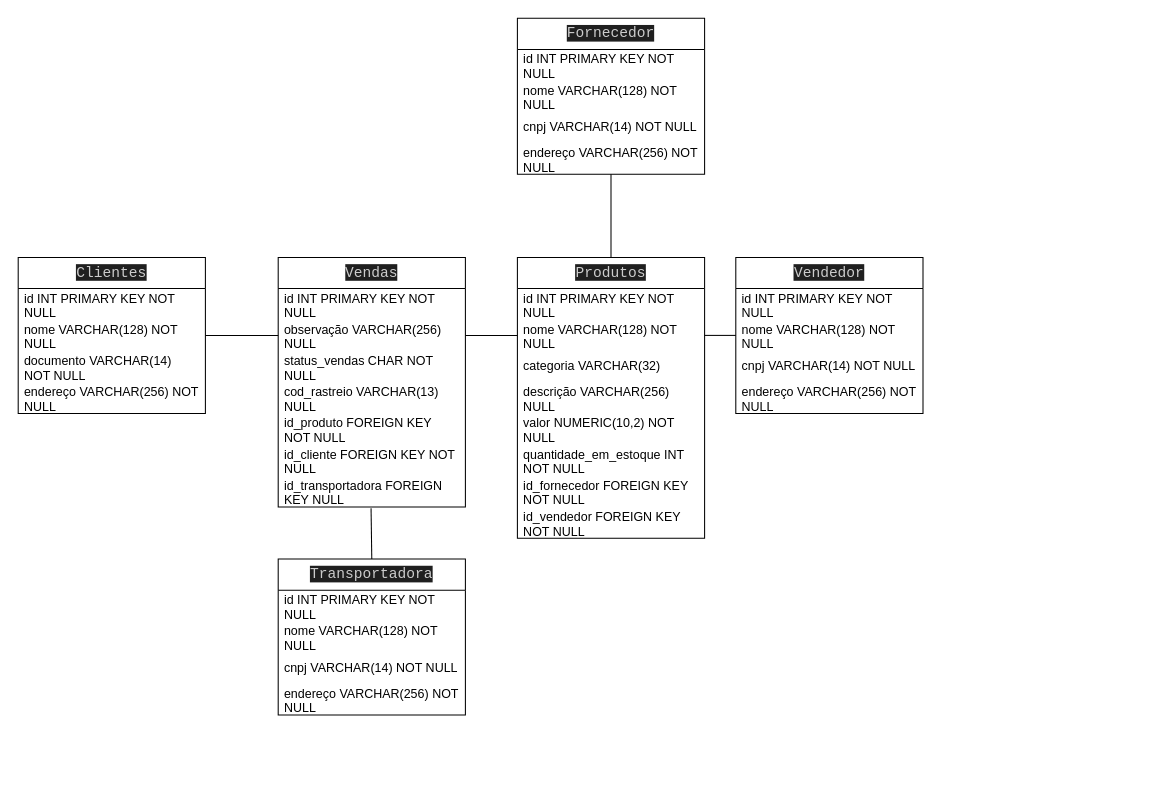
vbreia/ecommerce keeps this draw.io diagram as modelo-fisico.drawio. Above is the earlier version. Source tidied: cells renumbered, new cells numbered last; positions are measured from the earlier drawing's top-left corner, leaving out a move shared by most shapes. Both pictures are drawn from the tidied source at 104%, with x=0, y=0 at pixel (18, 18).
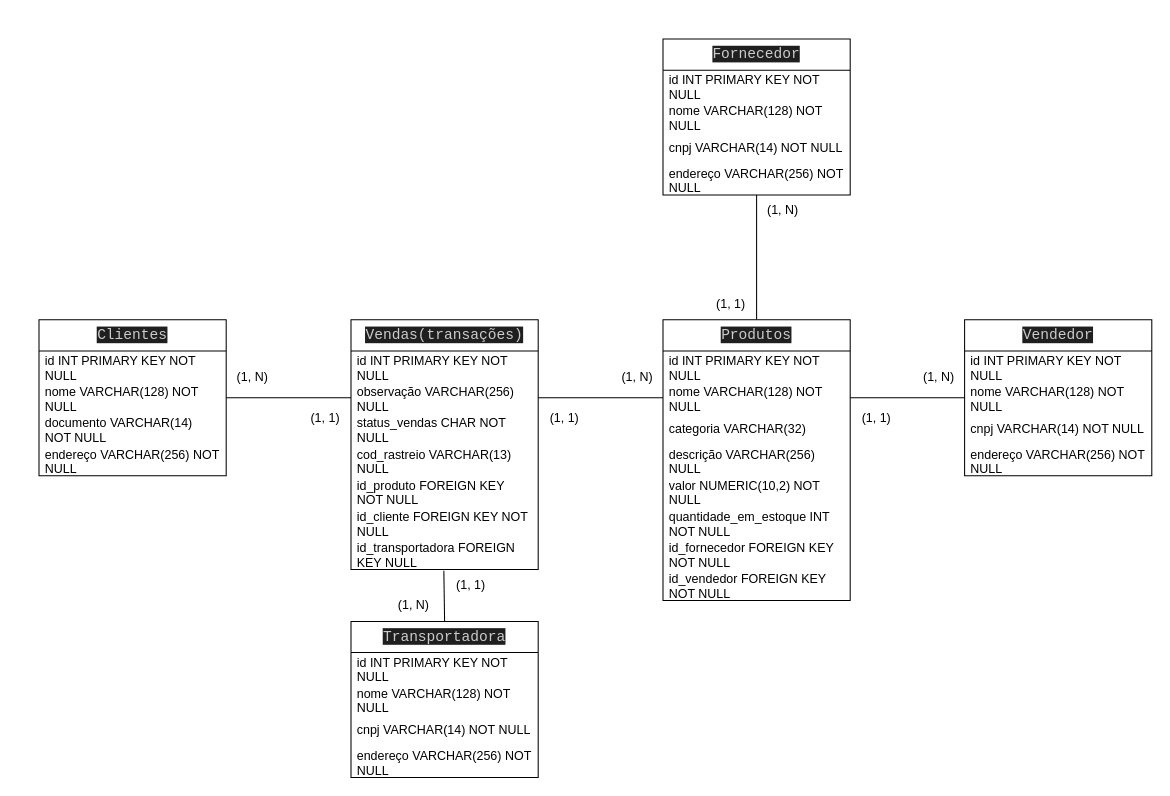
The same page after the edit.

Diff of the diagram source:
```diff
@@
     <mxCell id="3" value="&lt;font face=&quot;Consolas, Courier New, monospace&quot; color=&quot;#cccccc&quot;&gt;&lt;span style=&quot;font-size: 14px; background-color: rgb(31, 31, 31);&quot;&gt;Produtos&lt;/span&gt;&lt;/font&gt;" style="swimlane;fontStyle=0;horizontal=1;startSize=30;whiteSpace=wrap;html=1;" parent="1" vertex="1">
-      <mxGeometry x="480" y="230" width="180" height="270" as="geometry" />
+      <mxGeometry x="620" y="290" width="180" height="270" as="geometry" />
     </mxCell>
@@
     <mxCell id="12" value="&lt;font face=&quot;Consolas, Courier New, monospace&quot; color=&quot;#cccccc&quot;&gt;&lt;span style=&quot;font-size: 14px; background-color: rgb(31, 31, 31);&quot;&gt;Fornecedor&lt;/span&gt;&lt;/font&gt;" style="swimlane;fontStyle=0;horizontal=1;startSize=30;whiteSpace=wrap;html=1;" parent="1" vertex="1">
-      <mxGeometry x="480" width="180" height="150" as="geometry" />
+      <mxGeometry x="620" y="20" width="180" height="150" as="geometry" />
     </mxCell>
@@
     <mxCell id="17" value="&lt;font face=&quot;Consolas, Courier New, monospace&quot; color=&quot;#cccccc&quot;&gt;&lt;span style=&quot;font-size: 14px; background-color: rgb(31, 31, 31);&quot;&gt;Vendedor&lt;/span&gt;&lt;/font&gt;" style="swimlane;fontStyle=0;horizontal=1;startSize=30;whiteSpace=wrap;html=1;" parent="1" vertex="1">
-      <mxGeometry x="690" y="230" width="180" height="150" as="geometry" />
+      <mxGeometry x="910" y="290" width="180" height="150" as="geometry" />
     </mxCell>
@@
-    <mxCell id="23" value="&lt;font face=&quot;Consolas, Courier New, monospace&quot; color=&quot;#cccccc&quot;&gt;&lt;span style=&quot;font-size: 14px; background-color: rgb(31, 31, 31);&quot;&gt;Vendas&lt;/span&gt;&lt;/font&gt;" style="swimlane;fontStyle=0;horizontal=1;startSize=30;whiteSpace=wrap;html=1;" parent="1" vertex="1">
-      <mxGeometry x="250" y="230" width="180" height="240" as="geometry" />
+    <mxCell id="23" value="&lt;font face=&quot;Consolas, Courier New, monospace&quot; color=&quot;#cccccc&quot;&gt;&lt;span style=&quot;font-size: 14px; background-color: rgb(31, 31, 31);&quot;&gt;Vendas(transações)&lt;/span&gt;&lt;/font&gt;" style="swimlane;fontStyle=0;horizontal=1;startSize=30;whiteSpace=wrap;html=1;" parent="1" vertex="1">
+      <mxGeometry x="320" y="290" width="180" height="240" as="geometry" />
     </mxCell>
@@
     <mxCell id="31" value="&lt;font face=&quot;Consolas, Courier New, monospace&quot; color=&quot;#cccccc&quot;&gt;&lt;span style=&quot;font-size: 14px; background-color: rgb(31, 31, 31);&quot;&gt;Clientes&lt;/span&gt;&lt;/font&gt;" style="swimlane;fontStyle=0;horizontal=1;startSize=30;whiteSpace=wrap;html=1;" parent="1" vertex="1">
-      <mxGeometry y="230" width="180" height="150" as="geometry" />
+      <mxGeometry x="20" y="290" width="180" height="150" as="geometry" />
     </mxCell>
@@
     <mxCell id="39" value="&lt;font face=&quot;Consolas, Courier New, monospace&quot; color=&quot;#cccccc&quot;&gt;&lt;span style=&quot;font-size: 14px; background-color: rgb(31, 31, 31);&quot;&gt;Transportadora&lt;/span&gt;&lt;/font&gt;" style="swimlane;fontStyle=0;horizontal=1;startSize=30;whiteSpace=wrap;html=1;" parent="1" vertex="1">
-      <mxGeometry x="250" y="520" width="180" height="150" as="geometry" />
+      <mxGeometry x="320" y="580" width="180" height="150" as="geometry" />
     </mxCell>
@@
+    <mxCell id="44" value="(1, N)" style="text;html=1;align=center;verticalAlign=middle;strokeColor=none;fillColor=none;" parent="1" vertex="1">
+      <mxGeometry x="200" y="330" width="50" height="30" as="geometry" />
+    </mxCell>
+    <mxCell id="45" value="(1, 1)" style="text;html=1;align=center;verticalAlign=middle;strokeColor=none;fillColor=none;" parent="1" vertex="1">
+      <mxGeometry x="270" y="370" width="50" height="30" as="geometry" />
+    </mxCell>
+    <mxCell id="46" value="(1, 1)" style="text;html=1;align=center;verticalAlign=middle;strokeColor=none;fillColor=none;" parent="1" vertex="1">
+      <mxGeometry x="500" y="370" width="50" height="30" as="geometry" />
+    </mxCell>
+    <mxCell id="47" value="(1, N)" style="text;html=1;align=center;verticalAlign=middle;strokeColor=none;fillColor=none;" parent="1" vertex="1">
+      <mxGeometry x="570" y="330" width="50" height="30" as="geometry" />
+    </mxCell>
+    <mxCell id="48" value="(1, 1)" style="text;html=1;align=center;verticalAlign=middle;strokeColor=none;fillColor=none;" parent="1" vertex="1">
+      <mxGeometry x="410" y="530" width="50" height="30" as="geometry" />
+    </mxCell>
+    <mxCell id="49" value="(1, N)" style="text;html=1;align=center;verticalAlign=middle;strokeColor=none;fillColor=none;" parent="1" vertex="1">
+      <mxGeometry x="355" y="550" width="50" height="30" as="geometry" />
+    </mxCell>
+    <mxCell id="50" value="(1, N)" style="text;html=1;align=center;verticalAlign=middle;strokeColor=none;fillColor=none;" parent="1" vertex="1">
+      <mxGeometry x="710" y="170" width="50" height="30" as="geometry" />
+    </mxCell>
+    <mxCell id="51" value="(1, 1)" style="text;html=1;align=center;verticalAlign=middle;strokeColor=none;fillColor=none;" parent="1" vertex="1">
+      <mxGeometry x="660" y="260" width="50" height="30" as="geometry" />
+    </mxCell>
+    <mxCell id="52" value="(1, 1)" style="text;html=1;align=center;verticalAlign=middle;strokeColor=none;fillColor=none;" parent="1" vertex="1">
+      <mxGeometry x="800" y="370" width="50" height="30" as="geometry" />
+    </mxCell>
+    <mxCell id="53" value="(1, N)" style="text;html=1;align=center;verticalAlign=middle;strokeColor=none;fillColor=none;" parent="1" vertex="1">
+      <mxGeometry x="860" y="330" width="50" height="30" as="geometry" />
+    </mxCell>
```
